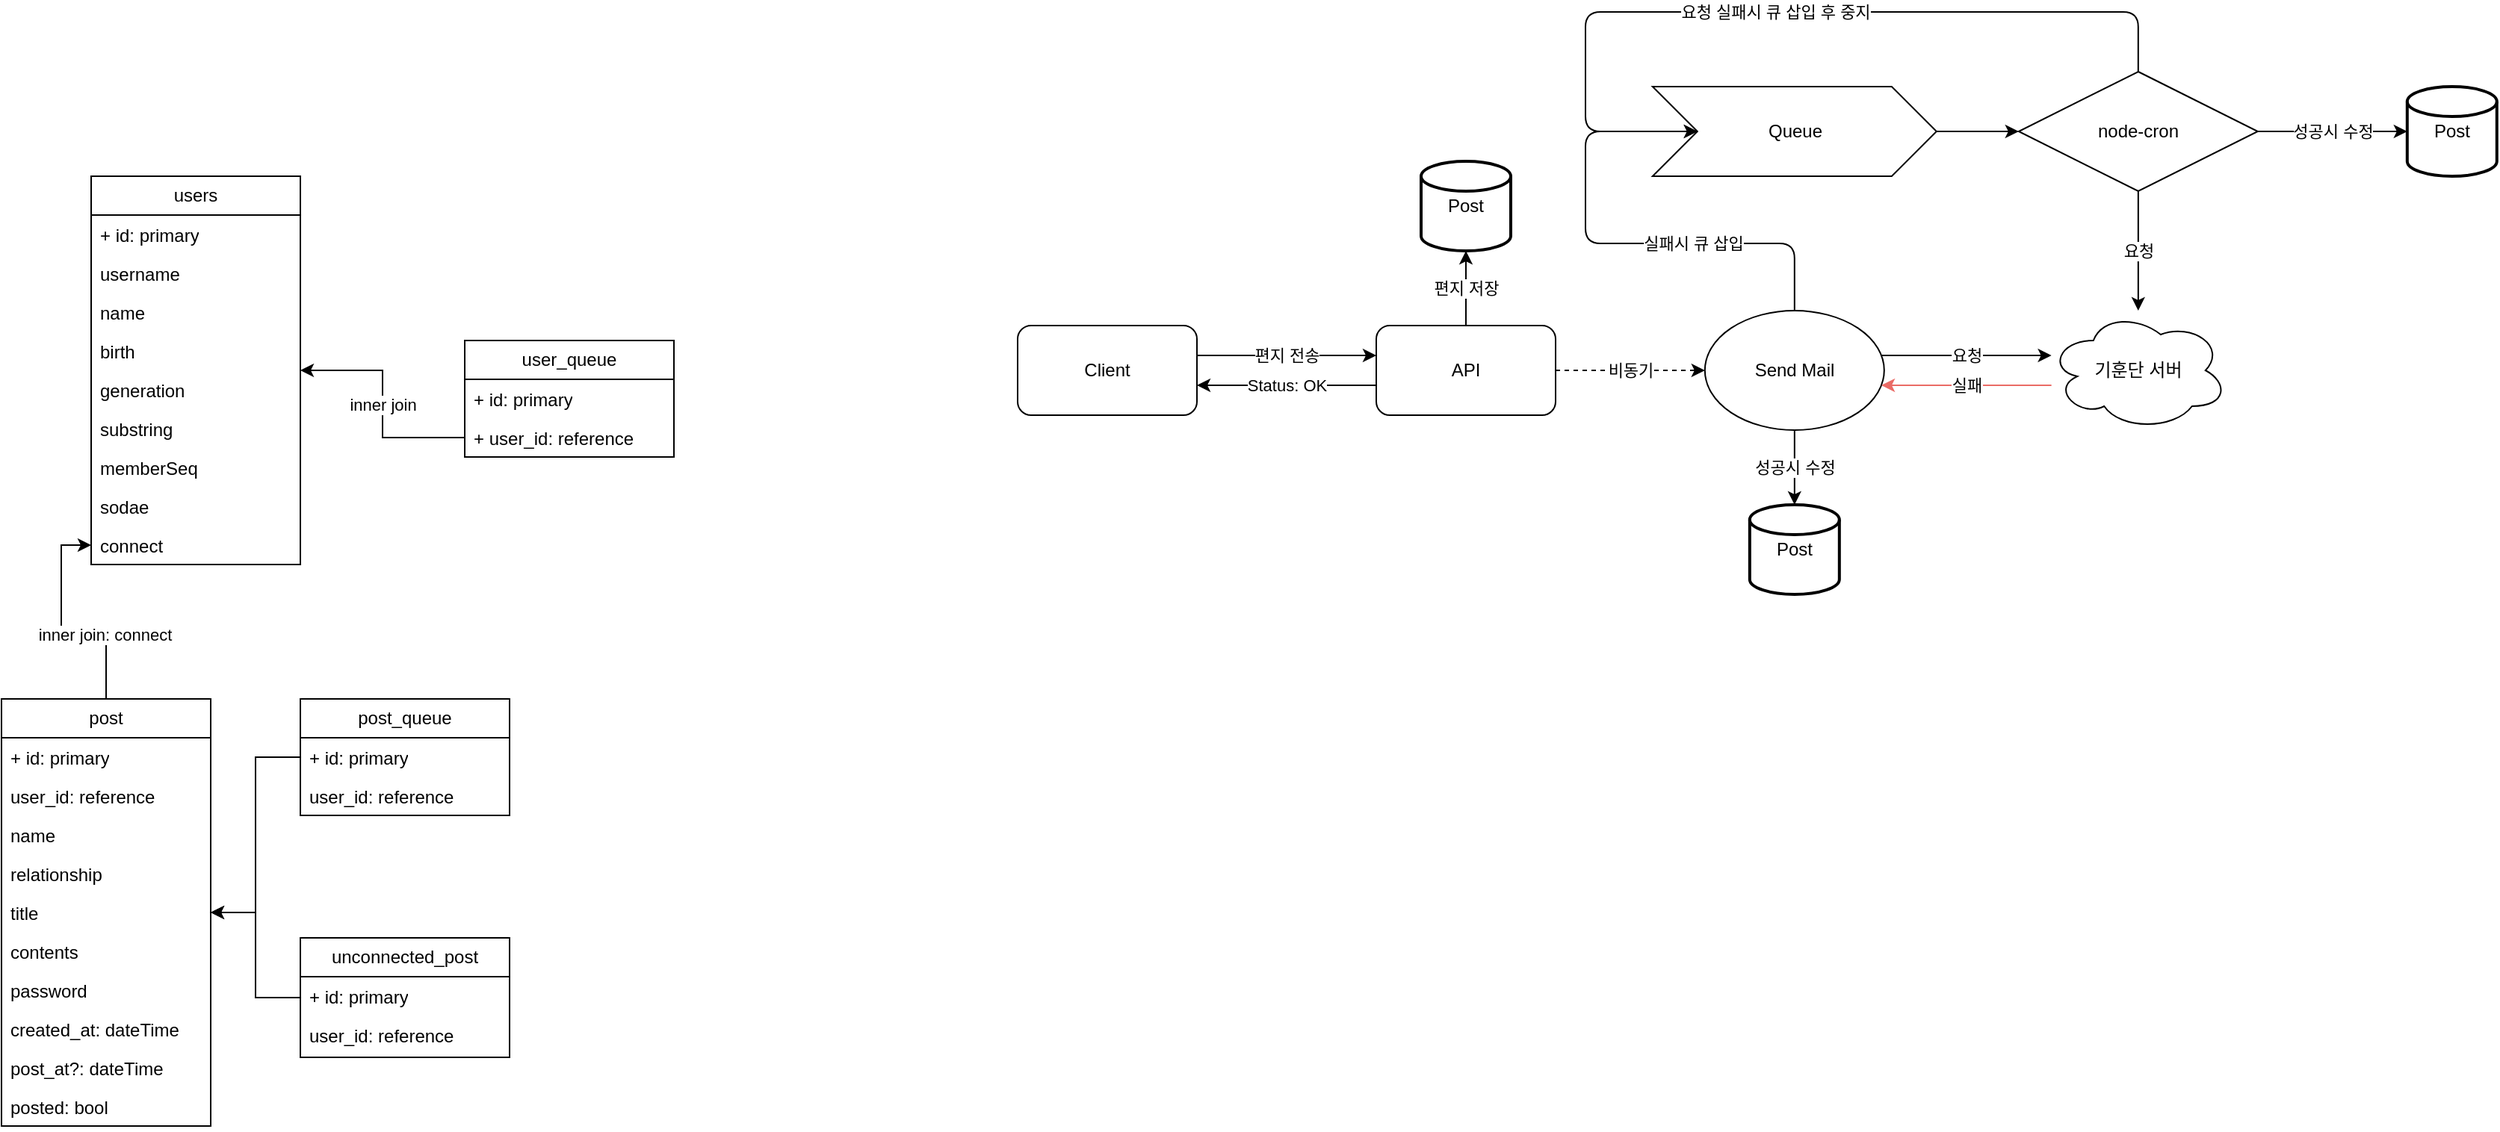
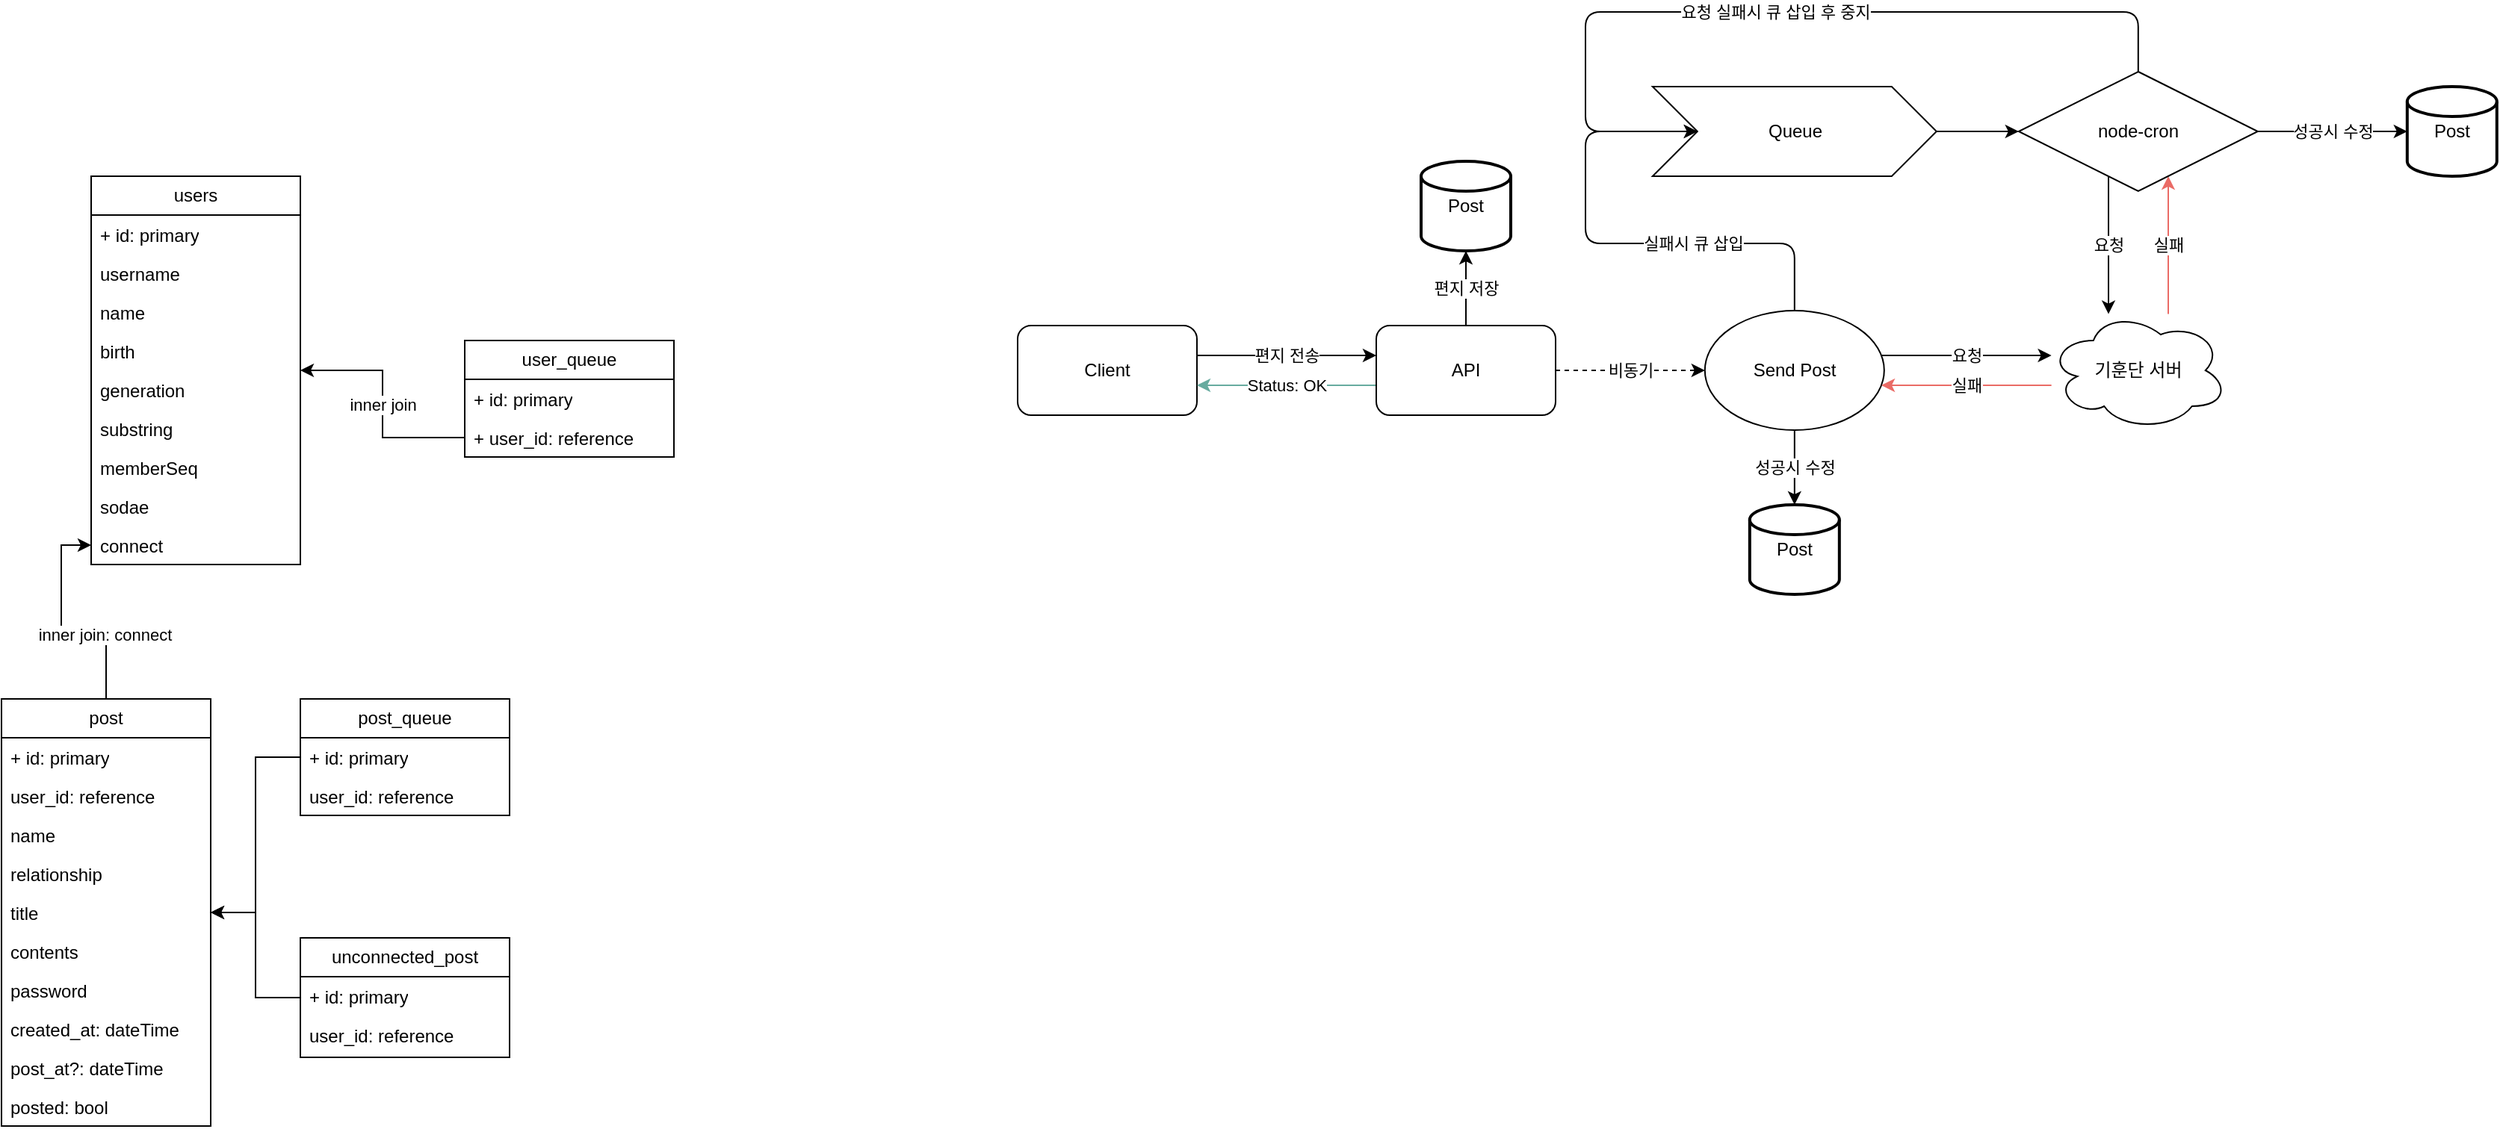
- <mxfile host="app.diagrams.net" modified="2024-04-08T14:18:54.072Z" agent="Mozilla/5.0 (X11; Linux x86_64) AppleWebKit/537.36 (KHTML, like Gecko) Chrome/109.0.0.0 Safari/537.36" etag="zryhcxBLEl_fFyGCxtGL" version="24.2.2" type="github">
+ <mxfile host="app.diagrams.net" modified="2024-04-08T14:21:34.206Z" agent="Mozilla/5.0 (X11; Linux x86_64) AppleWebKit/537.36 (KHTML, like Gecko) Chrome/109.0.0.0 Safari/537.36" etag="FAPJMaf7xXMzCKuL0A_P" version="24.2.2" type="github">
  <diagram name="페이지-1" id="YYIqQqlZSumYDMB_ZiYN">
    <mxGraphModel dx="1195" dy="647" grid="1" gridSize="10" guides="1" tooltips="1" connect="1" arrows="1" fold="1" page="1" pageScale="1" pageWidth="827" pageHeight="1169" math="0" shadow="0">
      <root>
        <mxCell id="0" />
        <mxCell id="1" parent="0" />
        <mxCell id="AZsRamwOxZUp80OkMe_C-2" value="users" style="swimlane;fontStyle=0;childLayout=stackLayout;horizontal=1;startSize=26;fillColor=none;horizontalStack=0;resizeParent=1;resizeParentMax=0;resizeLast=0;collapsible=1;marginBottom=0;whiteSpace=wrap;html=1;" parent="1" vertex="1">
          <mxGeometry x="140" y="250" width="140" height="260" as="geometry" />
        </mxCell>
        <mxCell id="AZsRamwOxZUp80OkMe_C-3" value="+ id: primary" style="text;strokeColor=none;fillColor=none;align=left;verticalAlign=top;spacingLeft=4;spacingRight=4;overflow=hidden;rotatable=0;points=[[0,0.5],[1,0.5]];portConstraint=eastwest;whiteSpace=wrap;html=1;" parent="AZsRamwOxZUp80OkMe_C-2" vertex="1">
          <mxGeometry y="26" width="140" height="26" as="geometry" />
        </mxCell>
        <mxCell id="AZsRamwOxZUp80OkMe_C-4" value="username" style="text;strokeColor=none;fillColor=none;align=left;verticalAlign=top;spacingLeft=4;spacingRight=4;overflow=hidden;rotatable=0;points=[[0,0.5],[1,0.5]];portConstraint=eastwest;whiteSpace=wrap;html=1;" parent="AZsRamwOxZUp80OkMe_C-2" vertex="1">
          <mxGeometry y="52" width="140" height="26" as="geometry" />
        </mxCell>
        <mxCell id="AZsRamwOxZUp80OkMe_C-5" value="name" style="text;strokeColor=none;fillColor=none;align=left;verticalAlign=top;spacingLeft=4;spacingRight=4;overflow=hidden;rotatable=0;points=[[0,0.5],[1,0.5]];portConstraint=eastwest;whiteSpace=wrap;html=1;" parent="AZsRamwOxZUp80OkMe_C-2" vertex="1">
          <mxGeometry y="78" width="140" height="26" as="geometry" />
        </mxCell>
        <mxCell id="AZsRamwOxZUp80OkMe_C-10" value="birth" style="text;strokeColor=none;fillColor=none;align=left;verticalAlign=top;spacingLeft=4;spacingRight=4;overflow=hidden;rotatable=0;points=[[0,0.5],[1,0.5]];portConstraint=eastwest;whiteSpace=wrap;html=1;" parent="AZsRamwOxZUp80OkMe_C-2" vertex="1">
          <mxGeometry y="104" width="140" height="26" as="geometry" />
        </mxCell>
        <mxCell id="AZsRamwOxZUp80OkMe_C-11" value="generation" style="text;strokeColor=none;fillColor=none;align=left;verticalAlign=top;spacingLeft=4;spacingRight=4;overflow=hidden;rotatable=0;points=[[0,0.5],[1,0.5]];portConstraint=eastwest;whiteSpace=wrap;html=1;" parent="AZsRamwOxZUp80OkMe_C-2" vertex="1">
          <mxGeometry y="130" width="140" height="26" as="geometry" />
        </mxCell>
        <mxCell id="AZsRamwOxZUp80OkMe_C-12" value="substring" style="text;strokeColor=none;fillColor=none;align=left;verticalAlign=top;spacingLeft=4;spacingRight=4;overflow=hidden;rotatable=0;points=[[0,0.5],[1,0.5]];portConstraint=eastwest;whiteSpace=wrap;html=1;" parent="AZsRamwOxZUp80OkMe_C-2" vertex="1">
          <mxGeometry y="156" width="140" height="26" as="geometry" />
        </mxCell>
        <mxCell id="AZsRamwOxZUp80OkMe_C-15" value="memberSeq" style="text;strokeColor=none;fillColor=none;align=left;verticalAlign=top;spacingLeft=4;spacingRight=4;overflow=hidden;rotatable=0;points=[[0,0.5],[1,0.5]];portConstraint=eastwest;whiteSpace=wrap;html=1;" parent="AZsRamwOxZUp80OkMe_C-2" vertex="1">
          <mxGeometry y="182" width="140" height="26" as="geometry" />
        </mxCell>
        <mxCell id="AZsRamwOxZUp80OkMe_C-14" value="sodae" style="text;strokeColor=none;fillColor=none;align=left;verticalAlign=top;spacingLeft=4;spacingRight=4;overflow=hidden;rotatable=0;points=[[0,0.5],[1,0.5]];portConstraint=eastwest;whiteSpace=wrap;html=1;" parent="AZsRamwOxZUp80OkMe_C-2" vertex="1">
          <mxGeometry y="208" width="140" height="26" as="geometry" />
        </mxCell>
        <mxCell id="AZsRamwOxZUp80OkMe_C-16" value="connect" style="text;strokeColor=none;fillColor=none;align=left;verticalAlign=top;spacingLeft=4;spacingRight=4;overflow=hidden;rotatable=0;points=[[0,0.5],[1,0.5]];portConstraint=eastwest;whiteSpace=wrap;html=1;" parent="AZsRamwOxZUp80OkMe_C-2" vertex="1">
          <mxGeometry y="234" width="140" height="26" as="geometry" />
        </mxCell>
        <mxCell id="AZsRamwOxZUp80OkMe_C-6" value="user_queue" style="swimlane;fontStyle=0;childLayout=stackLayout;horizontal=1;startSize=26;fillColor=none;horizontalStack=0;resizeParent=1;resizeParentMax=0;resizeLast=0;collapsible=1;marginBottom=0;whiteSpace=wrap;html=1;" parent="1" vertex="1">
          <mxGeometry x="390" y="360" width="140" height="78" as="geometry" />
        </mxCell>
        <mxCell id="AZsRamwOxZUp80OkMe_C-18" value="+ id: primary" style="text;strokeColor=none;fillColor=none;align=left;verticalAlign=top;spacingLeft=4;spacingRight=4;overflow=hidden;rotatable=0;points=[[0,0.5],[1,0.5]];portConstraint=eastwest;whiteSpace=wrap;html=1;" parent="AZsRamwOxZUp80OkMe_C-6" vertex="1">
          <mxGeometry y="26" width="140" height="26" as="geometry" />
        </mxCell>
        <mxCell id="AZsRamwOxZUp80OkMe_C-7" value="+ user_id: reference" style="text;strokeColor=none;fillColor=none;align=left;verticalAlign=top;spacingLeft=4;spacingRight=4;overflow=hidden;rotatable=0;points=[[0,0.5],[1,0.5]];portConstraint=eastwest;whiteSpace=wrap;html=1;" parent="AZsRamwOxZUp80OkMe_C-6" vertex="1">
          <mxGeometry y="52" width="140" height="26" as="geometry" />
        </mxCell>
        <mxCell id="AZsRamwOxZUp80OkMe_C-19" value="inner join" style="edgeStyle=orthogonalEdgeStyle;rounded=0;orthogonalLoop=1;jettySize=auto;html=1;" parent="1" source="AZsRamwOxZUp80OkMe_C-7" target="AZsRamwOxZUp80OkMe_C-2" edge="1">
          <mxGeometry relative="1" as="geometry" />
        </mxCell>
        <mxCell id="F6sanjwA14LKa2ckui42-2" style="edgeStyle=orthogonalEdgeStyle;rounded=0;orthogonalLoop=1;jettySize=auto;html=1;" parent="1" source="AZsRamwOxZUp80OkMe_C-20" target="AZsRamwOxZUp80OkMe_C-16" edge="1">
          <mxGeometry relative="1" as="geometry" />
        </mxCell>
        <mxCell id="F6sanjwA14LKa2ckui42-3" value="inner join: connect" style="edgeLabel;html=1;align=center;verticalAlign=middle;resizable=0;points=[];" parent="F6sanjwA14LKa2ckui42-2" vertex="1" connectable="0">
          <mxGeometry x="-0.4284" y="1" relative="1" as="geometry">
            <mxPoint as="offset" />
          </mxGeometry>
        </mxCell>
        <mxCell id="AZsRamwOxZUp80OkMe_C-20" value="post" style="swimlane;fontStyle=0;childLayout=stackLayout;horizontal=1;startSize=26;fillColor=none;horizontalStack=0;resizeParent=1;resizeParentMax=0;resizeLast=0;collapsible=1;marginBottom=0;whiteSpace=wrap;html=1;" parent="1" vertex="1">
          <mxGeometry x="80" y="600" width="140" height="286" as="geometry" />
        </mxCell>
        <mxCell id="AZsRamwOxZUp80OkMe_C-21" value="+ id: primary" style="text;strokeColor=none;fillColor=none;align=left;verticalAlign=top;spacingLeft=4;spacingRight=4;overflow=hidden;rotatable=0;points=[[0,0.5],[1,0.5]];portConstraint=eastwest;whiteSpace=wrap;html=1;" parent="AZsRamwOxZUp80OkMe_C-20" vertex="1">
          <mxGeometry y="26" width="140" height="26" as="geometry" />
        </mxCell>
        <mxCell id="AZsRamwOxZUp80OkMe_C-22" value="user_id: reference" style="text;strokeColor=none;fillColor=none;align=left;verticalAlign=top;spacingLeft=4;spacingRight=4;overflow=hidden;rotatable=0;points=[[0,0.5],[1,0.5]];portConstraint=eastwest;whiteSpace=wrap;html=1;" parent="AZsRamwOxZUp80OkMe_C-20" vertex="1">
          <mxGeometry y="52" width="140" height="26" as="geometry" />
        </mxCell>
        <mxCell id="AZsRamwOxZUp80OkMe_C-23" value="name" style="text;strokeColor=none;fillColor=none;align=left;verticalAlign=top;spacingLeft=4;spacingRight=4;overflow=hidden;rotatable=0;points=[[0,0.5],[1,0.5]];portConstraint=eastwest;whiteSpace=wrap;html=1;" parent="AZsRamwOxZUp80OkMe_C-20" vertex="1">
          <mxGeometry y="78" width="140" height="26" as="geometry" />
        </mxCell>
        <mxCell id="AZsRamwOxZUp80OkMe_C-24" value="relationship" style="text;strokeColor=none;fillColor=none;align=left;verticalAlign=top;spacingLeft=4;spacingRight=4;overflow=hidden;rotatable=0;points=[[0,0.5],[1,0.5]];portConstraint=eastwest;whiteSpace=wrap;html=1;" parent="AZsRamwOxZUp80OkMe_C-20" vertex="1">
          <mxGeometry y="104" width="140" height="26" as="geometry" />
        </mxCell>
        <mxCell id="AZsRamwOxZUp80OkMe_C-25" value="title" style="text;strokeColor=none;fillColor=none;align=left;verticalAlign=top;spacingLeft=4;spacingRight=4;overflow=hidden;rotatable=0;points=[[0,0.5],[1,0.5]];portConstraint=eastwest;whiteSpace=wrap;html=1;" parent="AZsRamwOxZUp80OkMe_C-20" vertex="1">
          <mxGeometry y="130" width="140" height="26" as="geometry" />
        </mxCell>
        <mxCell id="AZsRamwOxZUp80OkMe_C-26" value="contents" style="text;strokeColor=none;fillColor=none;align=left;verticalAlign=top;spacingLeft=4;spacingRight=4;overflow=hidden;rotatable=0;points=[[0,0.5],[1,0.5]];portConstraint=eastwest;whiteSpace=wrap;html=1;" parent="AZsRamwOxZUp80OkMe_C-20" vertex="1">
          <mxGeometry y="156" width="140" height="26" as="geometry" />
        </mxCell>
        <mxCell id="AZsRamwOxZUp80OkMe_C-27" value="password" style="text;strokeColor=none;fillColor=none;align=left;verticalAlign=top;spacingLeft=4;spacingRight=4;overflow=hidden;rotatable=0;points=[[0,0.5],[1,0.5]];portConstraint=eastwest;whiteSpace=wrap;html=1;" parent="AZsRamwOxZUp80OkMe_C-20" vertex="1">
          <mxGeometry y="182" width="140" height="26" as="geometry" />
        </mxCell>
        <mxCell id="AZsRamwOxZUp80OkMe_C-28" value="created_at: dateTime" style="text;strokeColor=none;fillColor=none;align=left;verticalAlign=top;spacingLeft=4;spacingRight=4;overflow=hidden;rotatable=0;points=[[0,0.5],[1,0.5]];portConstraint=eastwest;whiteSpace=wrap;html=1;" parent="AZsRamwOxZUp80OkMe_C-20" vertex="1">
          <mxGeometry y="208" width="140" height="26" as="geometry" />
        </mxCell>
        <mxCell id="AZsRamwOxZUp80OkMe_C-41" value="post_at?: dateTime" style="text;strokeColor=none;fillColor=none;align=left;verticalAlign=top;spacingLeft=4;spacingRight=4;overflow=hidden;rotatable=0;points=[[0,0.5],[1,0.5]];portConstraint=eastwest;whiteSpace=wrap;html=1;" parent="AZsRamwOxZUp80OkMe_C-20" vertex="1">
          <mxGeometry y="234" width="140" height="26" as="geometry" />
        </mxCell>
        <mxCell id="AZsRamwOxZUp80OkMe_C-42" value="posted: bool" style="text;strokeColor=none;fillColor=none;align=left;verticalAlign=top;spacingLeft=4;spacingRight=4;overflow=hidden;rotatable=0;points=[[0,0.5],[1,0.5]];portConstraint=eastwest;whiteSpace=wrap;html=1;" parent="AZsRamwOxZUp80OkMe_C-20" vertex="1">
          <mxGeometry y="260" width="140" height="26" as="geometry" />
        </mxCell>
        <mxCell id="F6sanjwA14LKa2ckui42-4" style="edgeStyle=orthogonalEdgeStyle;rounded=0;orthogonalLoop=1;jettySize=auto;html=1;" parent="1" source="AZsRamwOxZUp80OkMe_C-30" target="AZsRamwOxZUp80OkMe_C-20" edge="1">
          <mxGeometry relative="1" as="geometry" />
        </mxCell>
        <mxCell id="AZsRamwOxZUp80OkMe_C-30" value="post_queue" style="swimlane;fontStyle=0;childLayout=stackLayout;horizontal=1;startSize=26;fillColor=none;horizontalStack=0;resizeParent=1;resizeParentMax=0;resizeLast=0;collapsible=1;marginBottom=0;whiteSpace=wrap;html=1;" parent="1" vertex="1">
          <mxGeometry x="280" y="600" width="140" height="78" as="geometry" />
        </mxCell>
        <mxCell id="AZsRamwOxZUp80OkMe_C-31" value="+ id: primary" style="text;strokeColor=none;fillColor=none;align=left;verticalAlign=top;spacingLeft=4;spacingRight=4;overflow=hidden;rotatable=0;points=[[0,0.5],[1,0.5]];portConstraint=eastwest;whiteSpace=wrap;html=1;" parent="AZsRamwOxZUp80OkMe_C-30" vertex="1">
          <mxGeometry y="26" width="140" height="26" as="geometry" />
        </mxCell>
        <mxCell id="AZsRamwOxZUp80OkMe_C-32" value="user_id: reference" style="text;strokeColor=none;fillColor=none;align=left;verticalAlign=top;spacingLeft=4;spacingRight=4;overflow=hidden;rotatable=0;points=[[0,0.5],[1,0.5]];portConstraint=eastwest;whiteSpace=wrap;html=1;" parent="AZsRamwOxZUp80OkMe_C-30" vertex="1">
          <mxGeometry y="52" width="140" height="26" as="geometry" />
        </mxCell>
        <mxCell id="F6sanjwA14LKa2ckui42-5" style="edgeStyle=orthogonalEdgeStyle;rounded=0;orthogonalLoop=1;jettySize=auto;html=1;" parent="1" source="AZsRamwOxZUp80OkMe_C-46" target="AZsRamwOxZUp80OkMe_C-20" edge="1">
          <mxGeometry relative="1" as="geometry" />
        </mxCell>
        <mxCell id="AZsRamwOxZUp80OkMe_C-46" value="unconnected_post" style="swimlane;fontStyle=0;childLayout=stackLayout;horizontal=1;startSize=26;fillColor=none;horizontalStack=0;resizeParent=1;resizeParentMax=0;resizeLast=0;collapsible=1;marginBottom=0;whiteSpace=wrap;html=1;" parent="1" vertex="1">
          <mxGeometry x="280" y="760" width="140" height="80" as="geometry" />
        </mxCell>
        <mxCell id="AZsRamwOxZUp80OkMe_C-47" value="+ id: primary" style="text;strokeColor=none;fillColor=none;align=left;verticalAlign=top;spacingLeft=4;spacingRight=4;overflow=hidden;rotatable=0;points=[[0,0.5],[1,0.5]];portConstraint=eastwest;whiteSpace=wrap;html=1;" parent="AZsRamwOxZUp80OkMe_C-46" vertex="1">
          <mxGeometry y="26" width="140" height="26" as="geometry" />
        </mxCell>
        <mxCell id="AZsRamwOxZUp80OkMe_C-48" value="user_id: reference" style="text;strokeColor=none;fillColor=none;align=left;verticalAlign=top;spacingLeft=4;spacingRight=4;overflow=hidden;rotatable=0;points=[[0,0.5],[1,0.5]];portConstraint=eastwest;whiteSpace=wrap;html=1;" parent="AZsRamwOxZUp80OkMe_C-46" vertex="1">
          <mxGeometry y="52" width="140" height="28" as="geometry" />
        </mxCell>
        <mxCell id="TXcI-fBlLuWAS2TPfB02-3" value="요청" style="edgeStyle=orthogonalEdgeStyle;rounded=0;orthogonalLoop=1;jettySize=auto;html=1;" edge="1" parent="1" source="TXcI-fBlLuWAS2TPfB02-1" target="TXcI-fBlLuWAS2TPfB02-2">
          <mxGeometry relative="1" as="geometry">
            <Array as="points">
              <mxPoint x="1389.91" y="370" />
              <mxPoint x="1389.91" y="370" />
            </Array>
          </mxGeometry>
        </mxCell>
        <mxCell id="TXcI-fBlLuWAS2TPfB02-5" value="" style="edgeStyle=orthogonalEdgeStyle;rounded=1;orthogonalLoop=1;jettySize=auto;html=1;entryX=0;entryY=0.5;entryDx=30;entryDy=0;entryPerimeter=0;curved=0;" edge="1" parent="1" source="TXcI-fBlLuWAS2TPfB02-1" target="TXcI-fBlLuWAS2TPfB02-9">
          <mxGeometry relative="1" as="geometry">
            <mxPoint x="1279.91" y="280" as="targetPoint" />
            <Array as="points">
              <mxPoint x="1280" y="295" />
              <mxPoint x="1140" y="295" />
              <mxPoint x="1140" y="220" />
            </Array>
          </mxGeometry>
        </mxCell>
        <mxCell id="TXcI-fBlLuWAS2TPfB02-33" value="실패시 큐 삽입" style="edgeLabel;html=1;align=center;verticalAlign=middle;resizable=0;points=[];" vertex="1" connectable="0" parent="TXcI-fBlLuWAS2TPfB02-5">
          <mxGeometry x="-0.3238" relative="1" as="geometry">
            <mxPoint as="offset" />
          </mxGeometry>
        </mxCell>
        <mxCell id="TXcI-fBlLuWAS2TPfB02-31" value="성공시 수정" style="edgeStyle=orthogonalEdgeStyle;rounded=0;orthogonalLoop=1;jettySize=auto;html=1;" edge="1" parent="1" source="TXcI-fBlLuWAS2TPfB02-1" target="TXcI-fBlLuWAS2TPfB02-29">
          <mxGeometry relative="1" as="geometry" />
        </mxCell>
-         <mxCell id="TXcI-fBlLuWAS2TPfB02-1" value="Send Mail" style="ellipse;whiteSpace=wrap;html=1;" vertex="1" parent="1">
+         <mxCell id="TXcI-fBlLuWAS2TPfB02-1" value="Send Post" style="ellipse;whiteSpace=wrap;html=1;" vertex="1" parent="1">
          <mxGeometry x="1219.91" y="340" width="120" height="80" as="geometry" />
        </mxCell>
        <mxCell id="TXcI-fBlLuWAS2TPfB02-6" value="실패" style="edgeStyle=orthogonalEdgeStyle;rounded=0;orthogonalLoop=1;jettySize=auto;html=1;strokeColor=#EA6B66;" edge="1" parent="1" source="TXcI-fBlLuWAS2TPfB02-2" target="TXcI-fBlLuWAS2TPfB02-1">
          <mxGeometry relative="1" as="geometry">
            <Array as="points">
              <mxPoint x="1389.91" y="390" />
              <mxPoint x="1389.91" y="390" />
            </Array>
          </mxGeometry>
        </mxCell>
+         <mxCell id="TXcI-fBlLuWAS2TPfB02-35" value="실패" style="edgeStyle=orthogonalEdgeStyle;rounded=0;orthogonalLoop=1;jettySize=auto;html=1;strokeColor=#EA6B66;" edge="1" parent="1" source="TXcI-fBlLuWAS2TPfB02-2" target="TXcI-fBlLuWAS2TPfB02-27">
+           <mxGeometry relative="1" as="geometry">
+             <Array as="points">
+               <mxPoint x="1530" y="300" />
+               <mxPoint x="1530" y="300" />
+             </Array>
+           </mxGeometry>
+         </mxCell>
        <mxCell id="TXcI-fBlLuWAS2TPfB02-2" value="기훈단 서버" style="ellipse;shape=cloud;whiteSpace=wrap;html=1;" vertex="1" parent="1">
          <mxGeometry x="1449.91" y="340" width="120" height="80" as="geometry" />
        </mxCell>
        <mxCell id="TXcI-fBlLuWAS2TPfB02-11" style="edgeStyle=orthogonalEdgeStyle;rounded=0;orthogonalLoop=1;jettySize=auto;html=1;" edge="1" parent="1" source="TXcI-fBlLuWAS2TPfB02-9" target="TXcI-fBlLuWAS2TPfB02-27">
          <mxGeometry relative="1" as="geometry">
            <mxPoint x="1449.9099999999999" y="220" as="targetPoint" />
            <Array as="points" />
          </mxGeometry>
        </mxCell>
        <mxCell id="TXcI-fBlLuWAS2TPfB02-9" value="Queue" style="html=1;shadow=0;dashed=0;align=center;verticalAlign=middle;shape=mxgraph.arrows2.arrow;dy=0;dx=30;notch=30;" vertex="1" parent="1">
          <mxGeometry x="1184.91" y="190" width="190" height="60" as="geometry" />
        </mxCell>
        <mxCell id="TXcI-fBlLuWAS2TPfB02-13" value="요청" style="edgeStyle=orthogonalEdgeStyle;rounded=0;orthogonalLoop=1;jettySize=auto;html=1;" edge="1" parent="1" source="TXcI-fBlLuWAS2TPfB02-27" target="TXcI-fBlLuWAS2TPfB02-2">
          <mxGeometry relative="1" as="geometry">
            <mxPoint x="1509.9099999999999" y="250" as="sourcePoint" />
+             <Array as="points">
+               <mxPoint x="1490" y="290" />
+               <mxPoint x="1490" y="290" />
+             </Array>
          </mxGeometry>
        </mxCell>
        <mxCell id="TXcI-fBlLuWAS2TPfB02-15" value="성공시 수정" style="edgeStyle=orthogonalEdgeStyle;rounded=0;orthogonalLoop=1;jettySize=auto;html=1;" edge="1" parent="1" source="TXcI-fBlLuWAS2TPfB02-27" target="TXcI-fBlLuWAS2TPfB02-14">
          <mxGeometry relative="1" as="geometry">
            <mxPoint x="1569.9099999999999" y="220" as="sourcePoint" />
            <Array as="points" />
          </mxGeometry>
        </mxCell>
        <mxCell id="TXcI-fBlLuWAS2TPfB02-16" value="요청 실패시 큐 삽입 후 중지" style="edgeStyle=orthogonalEdgeStyle;rounded=1;orthogonalLoop=1;jettySize=auto;html=1;entryX=0;entryY=0.5;entryDx=30;entryDy=0;entryPerimeter=0;curved=0;" edge="1" parent="1" source="TXcI-fBlLuWAS2TPfB02-27" target="TXcI-fBlLuWAS2TPfB02-9">
          <mxGeometry x="-0.0001" relative="1" as="geometry">
            <mxPoint x="1509.9142857142856" y="190" as="sourcePoint" />
            <Array as="points">
              <mxPoint x="1510" y="140" />
              <mxPoint x="1140" y="140" />
              <mxPoint x="1140" y="220" />
            </Array>
            <mxPoint as="offset" />
          </mxGeometry>
        </mxCell>
        <mxCell id="TXcI-fBlLuWAS2TPfB02-14" value="Post" style="strokeWidth=2;html=1;shape=mxgraph.flowchart.database;whiteSpace=wrap;" vertex="1" parent="1">
          <mxGeometry x="1689.91" y="190" width="60" height="60" as="geometry" />
        </mxCell>
        <mxCell id="TXcI-fBlLuWAS2TPfB02-21" value="편지 전송" style="edgeStyle=orthogonalEdgeStyle;rounded=0;orthogonalLoop=1;jettySize=auto;html=1;" edge="1" parent="1" source="TXcI-fBlLuWAS2TPfB02-19" target="TXcI-fBlLuWAS2TPfB02-22">
          <mxGeometry relative="1" as="geometry">
            <mxPoint x="970" y="380" as="targetPoint" />
            <Array as="points">
              <mxPoint x="960" y="370" />
              <mxPoint x="960" y="370" />
            </Array>
          </mxGeometry>
        </mxCell>
        <mxCell id="TXcI-fBlLuWAS2TPfB02-19" value="Client" style="rounded=1;whiteSpace=wrap;html=1;" vertex="1" parent="1">
          <mxGeometry x="760" y="350" width="120" height="60" as="geometry" />
        </mxCell>
        <mxCell id="TXcI-fBlLuWAS2TPfB02-20" value="Post" style="strokeWidth=2;html=1;shape=mxgraph.flowchart.database;whiteSpace=wrap;" vertex="1" parent="1">
          <mxGeometry x="1030" y="240" width="60" height="60" as="geometry" />
        </mxCell>
        <mxCell id="TXcI-fBlLuWAS2TPfB02-23" value="편지 저장" style="edgeStyle=orthogonalEdgeStyle;rounded=0;orthogonalLoop=1;jettySize=auto;html=1;" edge="1" parent="1" source="TXcI-fBlLuWAS2TPfB02-22" target="TXcI-fBlLuWAS2TPfB02-20">
          <mxGeometry relative="1" as="geometry" />
        </mxCell>
        <mxCell id="TXcI-fBlLuWAS2TPfB02-24" value="비동기" style="edgeStyle=orthogonalEdgeStyle;rounded=0;orthogonalLoop=1;jettySize=auto;html=1;dashed=1;" edge="1" parent="1" source="TXcI-fBlLuWAS2TPfB02-22" target="TXcI-fBlLuWAS2TPfB02-1">
          <mxGeometry relative="1" as="geometry" />
        </mxCell>
-         <mxCell id="TXcI-fBlLuWAS2TPfB02-26" value="Status: OK" style="edgeStyle=orthogonalEdgeStyle;rounded=0;orthogonalLoop=1;jettySize=auto;html=1;" edge="1" parent="1" source="TXcI-fBlLuWAS2TPfB02-22" target="TXcI-fBlLuWAS2TPfB02-19">
+         <mxCell id="TXcI-fBlLuWAS2TPfB02-26" value="Status: OK" style="edgeStyle=orthogonalEdgeStyle;rounded=0;orthogonalLoop=1;jettySize=auto;html=1;strokeColor=#67AB9F;" edge="1" parent="1" source="TXcI-fBlLuWAS2TPfB02-22" target="TXcI-fBlLuWAS2TPfB02-19">
          <mxGeometry relative="1" as="geometry">
            <Array as="points">
              <mxPoint x="960" y="390" />
              <mxPoint x="960" y="390" />
            </Array>
          </mxGeometry>
        </mxCell>
        <mxCell id="TXcI-fBlLuWAS2TPfB02-22" value="API" style="rounded=1;whiteSpace=wrap;html=1;" vertex="1" parent="1">
          <mxGeometry x="1000" y="350" width="120" height="60" as="geometry" />
        </mxCell>
        <mxCell id="TXcI-fBlLuWAS2TPfB02-27" value="node-cron" style="rhombus;whiteSpace=wrap;html=1;" vertex="1" parent="1">
          <mxGeometry x="1429.91" y="180" width="160" height="80" as="geometry" />
        </mxCell>
        <mxCell id="TXcI-fBlLuWAS2TPfB02-29" value="Post" style="strokeWidth=2;html=1;shape=mxgraph.flowchart.database;whiteSpace=wrap;" vertex="1" parent="1">
          <mxGeometry x="1249.91" y="470" width="60" height="60" as="geometry" />
        </mxCell>
      </root>
    </mxGraphModel>
  </diagram>
</mxfile>
